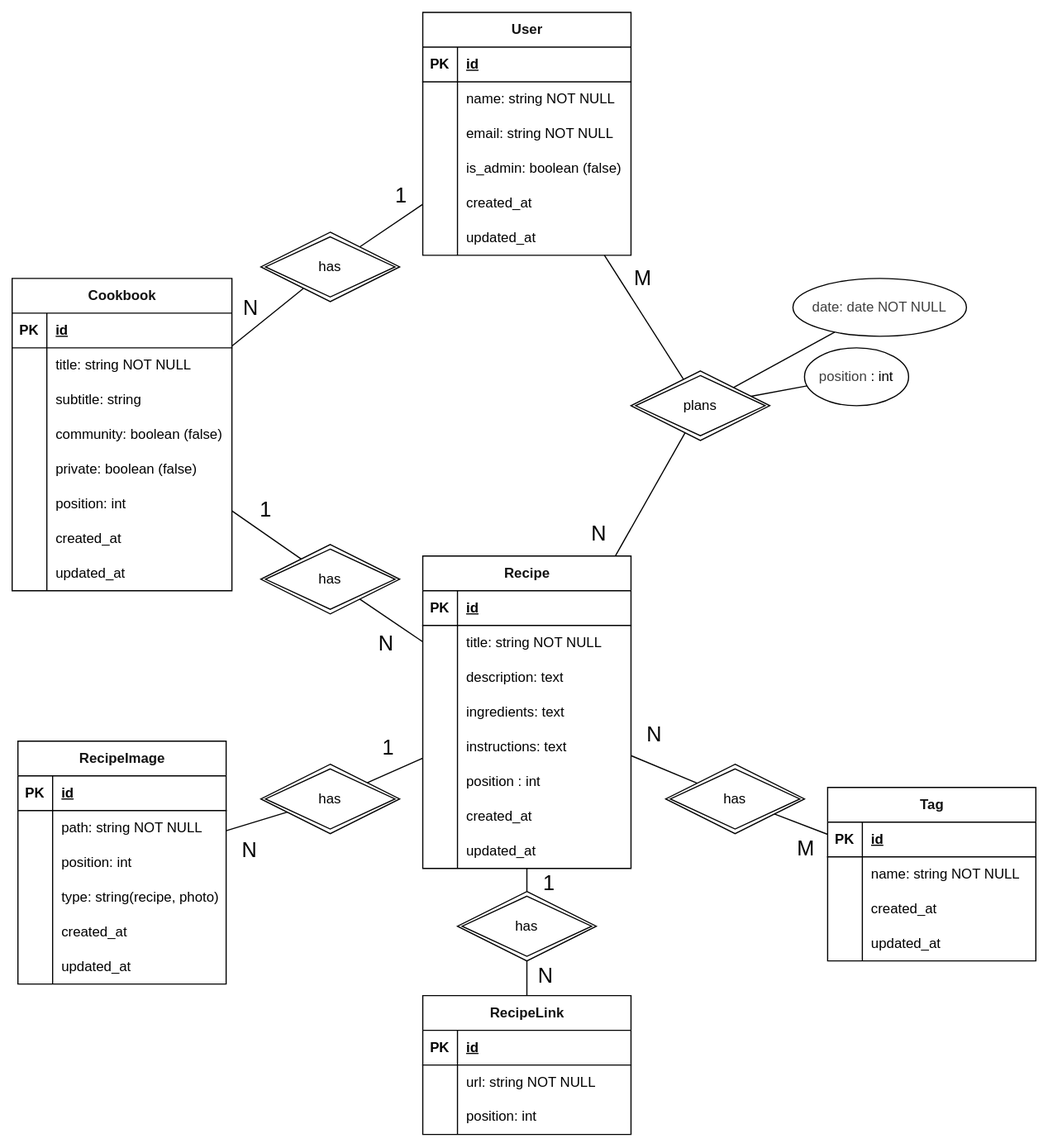
lchristmann/recipe-manager keeps this draw.io diagram as docs/diagrams/db-schema.drawio.svg. Above is the earlier version. Source tidied: cells renumbered, new cells last; positions are measured from the earlier drawing's top-left corner, leaving out a move shared by most shapes.
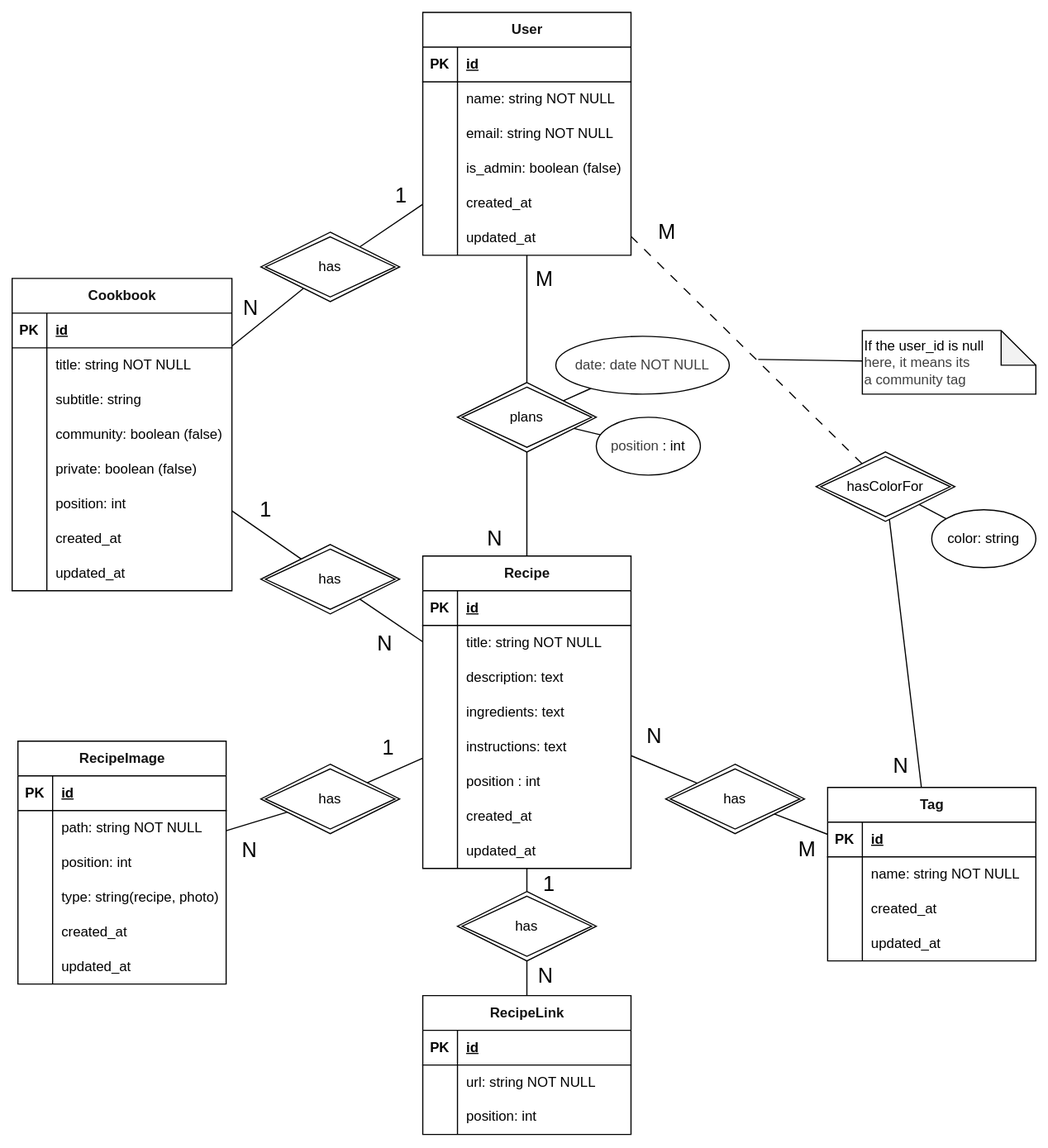
The same diagram one commit later.

Diff of the diagram source:
```diff
@@ -270,7 +270,7 @@
       <mxGeometry relative="1" as="geometry" />
     </mxCell>
     <mxCell id="87" value="&lt;span style=&quot;background-color: light-dark(#ffffff, var(--ge-dark-color, #121212));&quot;&gt;plans&lt;/span&gt;" style="shape=rhombus;double=1;perimeter=rhombusPerimeter;whiteSpace=wrap;html=1;align=center;labelBackgroundColor=default;fillColor=#FFFFFF;" parent="1" vertex="1">
-      <mxGeometry x="535" y="310" width="120" height="60" as="geometry" />
+      <mxGeometry x="385" y="320" width="120" height="60" as="geometry" />
     </mxCell>
     <mxCell id="88" value="&lt;span style=&quot;background-color: light-dark(#ffffff, var(--ge-dark-color, #121212));&quot;&gt;&lt;font style=&quot;color: rgb(18, 18, 18);&quot;&gt;RecipeImage&lt;/font&gt;&lt;/span&gt;" style="shape=table;startSize=30;rowLines=0;fontStyle=1;align=center;html=1;labelBackgroundColor=default;fillColor=#FFFFFF;" parent="1" vertex="1">
       <mxGeometry x="5" y="630" width="180" height="210" as="geometry" />
@@ -407,10 +407,10 @@
       </mxGeometry>
     </mxCell>
     <mxCell id="130" value="&lt;span style=&quot;color: rgb(63, 63, 63);&quot;&gt;date: date NOT NULL&lt;/span&gt;" style="ellipse;whiteSpace=wrap;html=1;fillStyle=solid;fillColor=#FFFFFF;" parent="1" vertex="1">
-      <mxGeometry x="675" y="230" width="150" height="50" as="geometry" />
+      <mxGeometry x="470" y="280" width="150" height="50" as="geometry" />
     </mxCell>
     <mxCell id="131" value="&lt;span style=&quot;color: rgb(63, 63, 63); scrollbar-color: rgb(226, 226, 226) rgb(251, 251, 251); background-color: transparent;&quot;&gt;position&lt;/span&gt;&lt;span style=&quot;scrollbar-color: rgb(226, 226, 226) rgb(251, 251, 251); background-color: transparent; text-align: left; color: rgb(0, 0, 0);&quot;&gt;: int&lt;/span&gt;" style="ellipse;whiteSpace=wrap;html=1;fillStyle=solid;fillColor=#FFFFFF;" parent="1" vertex="1">
-      <mxGeometry x="685" y="290" width="90" height="50" as="geometry" />
+      <mxGeometry x="505" y="350" width="90" height="50" as="geometry" />
     </mxCell>
     <mxCell id="132" value="&lt;span style=&quot;background-color: light-dark(#ffffff, var(--ge-dark-color, #121212));&quot;&gt;&lt;font style=&quot;color: rgb(18, 18, 18);&quot;&gt;RecipeLink&lt;/font&gt;&lt;/span&gt;" style="shape=table;startSize=30;rowLines=0;fontStyle=1;align=center;html=1;labelBackgroundColor=default;fillColor=#FFFFFF;" parent="1" vertex="1">
       <mxGeometry x="355" y="850" width="180" height="120" as="geometry" />
@@ -461,5 +461,38 @@
         <mxPoint x="13" y="-9" as="offset" />
       </mxGeometry>
     </mxCell>
+    <mxCell id="147" style="edgeStyle=none;html=1;endArrow=none;endFill=0;dashed=1;dashPattern=8 8;" parent="1" edge="1" source="2" target="152">
+      <mxGeometry relative="1" as="geometry" />
+    </mxCell>
+    <mxCell id="148" value="M" style="edgeLabel;html=1;align=center;verticalAlign=middle;fontSize=18;" parent="147" vertex="1">
+      <mxGeometry x="-0.47" y="-2" relative="1" as="geometry">
+        <mxPoint x="-22" y="-58" as="offset" />
+      </mxGeometry>
+    </mxCell>
+    <mxCell id="149" style="edgeStyle=none;html=1;endArrow=none;endFill=0;" parent="1" edge="1" source="152" target="112">
+      <mxGeometry relative="1" as="geometry" />
+    </mxCell>
+    <mxCell id="150" value="N" style="edgeLabel;html=1;align=center;verticalAlign=middle;fontSize=18;" parent="149" vertex="1">
+      <mxGeometry x="0.54" y="3" relative="1" as="geometry">
+        <mxPoint x="-16" y="34" as="offset" />
+      </mxGeometry>
+    </mxCell>
+    <mxCell id="151" style="edgeStyle=none;html=1;endArrow=none;endFill=0;" parent="1" edge="1" source="152" target="153">
+      <mxGeometry relative="1" as="geometry" />
+    </mxCell>
+    <mxCell id="152" value="&lt;span style=&quot;background-color: light-dark(#ffffff, var(--ge-dark-color, #121212));&quot;&gt;hasColorFor&lt;/span&gt;" style="shape=rhombus;double=1;perimeter=rhombusPerimeter;whiteSpace=wrap;html=1;align=center;labelBackgroundColor=default;fillColor=#FFFFFF;" parent="1" vertex="1">
+      <mxGeometry x="695" y="380" width="120" height="60" as="geometry" />
+    </mxCell>
+    <mxCell id="153" value="color: string" style="ellipse;whiteSpace=wrap;html=1;fillStyle=solid;fillColor=#FFFFFF;" parent="1" vertex="1">
+      <mxGeometry x="795" y="430" width="90" height="50" as="geometry" />
+    </mxCell>
+    <mxCell id="154" style="edgeStyle=none;html=1;endArrow=none;endFill=0;" parent="1" edge="1" source="155">
+      <mxGeometry relative="1" as="geometry">
+        <mxPoint x="645" y="300" as="targetPoint" />
+      </mxGeometry>
+    </mxCell>
+    <mxCell id="155" value="&amp;nbsp;If the user_id is null&lt;div&gt;&lt;div style=&quot;&quot;&gt;&lt;span style=&quot;color: rgb(63, 63, 63); background-color: transparent;&quot;&gt;&amp;nbsp;here, it means its&lt;/span&gt;&lt;/div&gt;&lt;div style=&quot;&quot;&gt;&lt;span style=&quot;color: rgb(63, 63, 63); background-color: transparent;&quot;&gt;&amp;nbsp;a community tag&lt;/span&gt;&lt;/div&gt;&lt;/div&gt;" style="shape=note;whiteSpace=wrap;html=1;backgroundOutline=1;darkOpacity=0.05;align=left;" parent="1" vertex="1">
+      <mxGeometry x="735" y="275" width="150" height="55" as="geometry" />
+    </mxCell>
   </root>
 </mxGraphModel>
```
